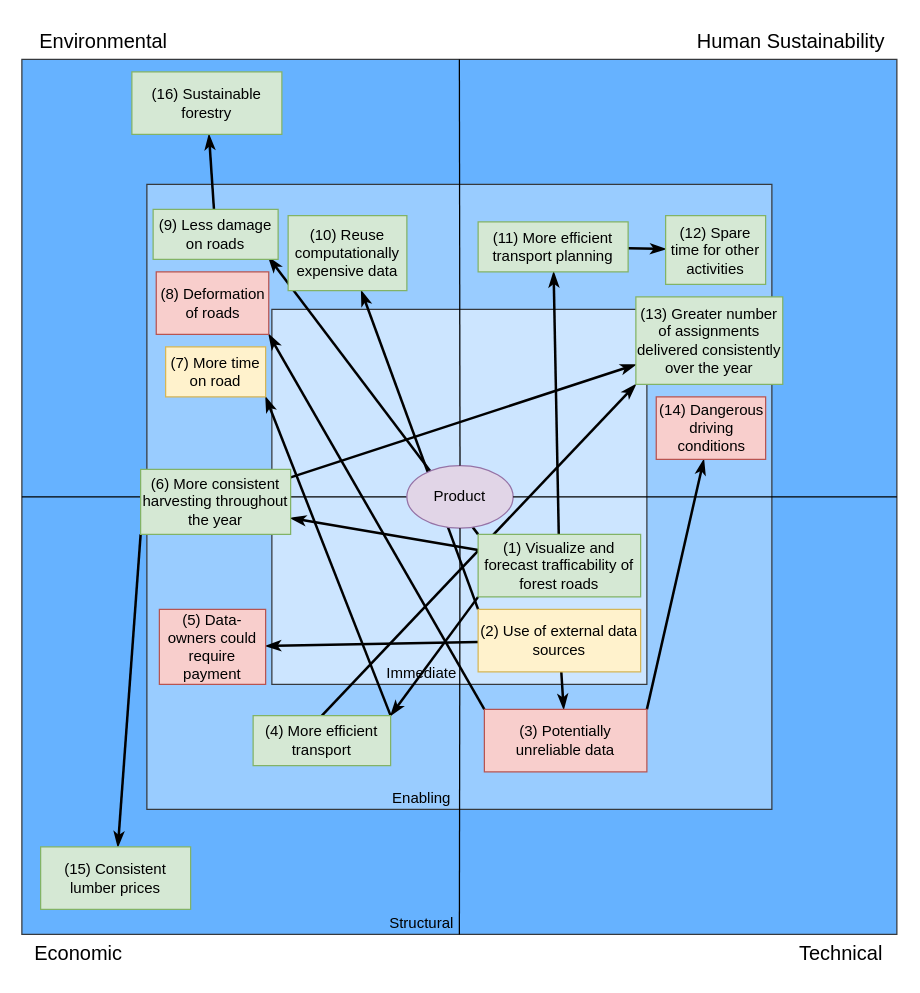
This is susaf.drawio from skogkursbachelor/diagrams, a draw.io file, before an edit. Source tidied: cells renumbered, new cells numbered last; positions are measured from the earlier drawing's top-left corner, leaving out a move shared by most shapes. Both pictures are drawn from the tidied source at 125%, with x=0, y=0 at pixel (21, 21).
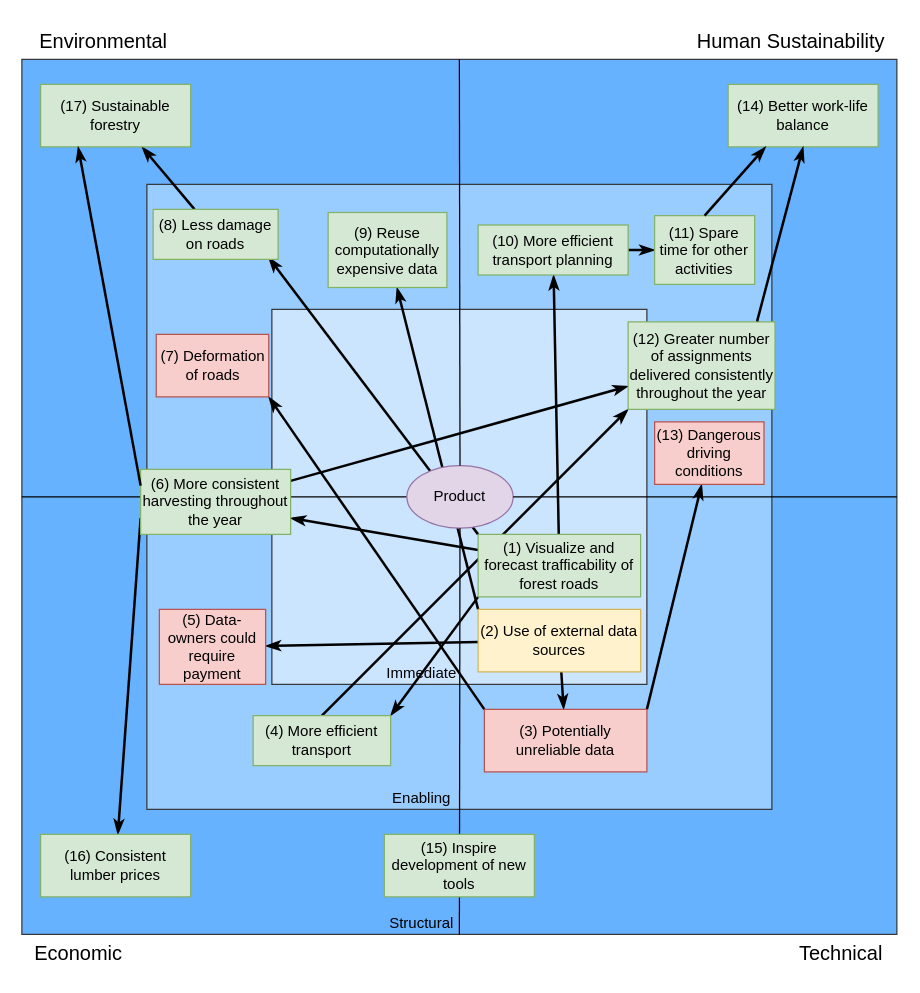
After the change.

The change refers to these unchanged cells:
```xml
<mxCell id="27" value="(4) More efficient transport" style="rounded=0;whiteSpace=wrap;html=1;fillColor=#d5e8d4;strokeColor=#82b366;" parent="1" vertex="1">
  <mxGeometry x="185" y="555" width="110" height="40" as="geometry" />
</mxCell>
<mxCell id="33" value="(6) More consistent harvesting throughout the year" style="rounded=0;whiteSpace=wrap;html=1;fillColor=#d5e8d4;strokeColor=#82b366;" parent="1" vertex="1">
  <mxGeometry x="95" y="358" width="120" height="52" as="geometry" />
</mxCell>
```

Change to the diagram source:
```diff
@@
-    <mxCell id="10" style="rounded=0;jettySize=auto;html=1;elbow=vertical;curved=0;exitX=1;exitY=0;exitDx=0;exitDy=0;entryX=1;entryY=1;entryDx=0;entryDy=0;strokeWidth=2;jumpStyle=none;endArrow=classicThin;endFill=1;" parent="1" edge="1" source="27" target="28">
-      <mxGeometry relative="1" as="geometry" />
-    </mxCell>
@@
-    <mxCell id="13" style="rounded=0;jettySize=auto;html=1;elbow=vertical;curved=0;exitX=0;exitY=1;exitDx=0;exitDy=0;strokeWidth=2;jumpStyle=none;endArrow=classicThin;endFill=1;" parent="1" edge="1" source="33" target="32">
+    <mxCell id="13" style="rounded=0;jettySize=auto;html=1;elbow=vertical;curved=0;exitX=0;exitY=0.75;exitDx=0;exitDy=0;strokeWidth=2;jumpStyle=none;endArrow=classicThin;endFill=1;" parent="1" edge="1" source="33" target="32">
       <mxGeometry relative="1" as="geometry" />
     </mxCell>
@@
-    <mxCell id="28" value="(7) More time on road" style="rounded=0;whiteSpace=wrap;html=1;fillColor=#fff2cc;strokeColor=#d6b656;" parent="1" vertex="1">
-      <mxGeometry x="115" y="260" width="80" height="40" as="geometry" />
-    </mxCell>
-    <mxCell id="29" value="(9) Less damage on roads" style="rounded=0;whiteSpace=wrap;html=1;fillColor=#d5e8d4;strokeColor=#82b366;" parent="1" vertex="1">
+    <mxCell id="29" value="(8) Less damage on roads" style="rounded=0;whiteSpace=wrap;html=1;fillColor=#d5e8d4;strokeColor=#82b366;" parent="1" vertex="1">
       <mxGeometry x="105" y="150" width="100" height="40" as="geometry" />
     </mxCell>
-    <mxCell id="30" value="(16) Sustainable forestry" style="rounded=0;whiteSpace=wrap;html=1;fillColor=#d5e8d4;strokeColor=#82b366;" parent="1" vertex="1">
-      <mxGeometry x="88" y="40" width="120" height="50" as="geometry" />
+    <mxCell id="30" value="(17) Sustainable forestry" style="rounded=0;whiteSpace=wrap;html=1;fillColor=#d5e8d4;strokeColor=#82b366;" parent="1" vertex="1">
+      <mxGeometry x="15" y="50" width="120" height="50" as="geometry" />
     </mxCell>
-    <mxCell id="31" value="(8) Deformation of roads" style="rounded=0;whiteSpace=wrap;html=1;fillColor=#f8cecc;strokeColor=#b85450;" parent="1" vertex="1">
-      <mxGeometry x="107.5" y="200" width="90" height="50" as="geometry" />
+    <mxCell id="31" value="(7) Deformation of roads" style="rounded=0;whiteSpace=wrap;html=1;fillColor=#f8cecc;strokeColor=#b85450;" parent="1" vertex="1">
+      <mxGeometry x="107.5" y="250" width="90" height="50" as="geometry" />
     </mxCell>
-    <mxCell id="32" value="(15) Consistent lumber prices" style="rounded=0;whiteSpace=wrap;html=1;fillColor=#d5e8d4;strokeColor=#82b366;" parent="1" vertex="1">
-      <mxGeometry x="15" y="660" width="120" height="50" as="geometry" />
+    <mxCell id="32" value="(16) Consistent lumber prices" style="rounded=0;whiteSpace=wrap;html=1;fillColor=#d5e8d4;strokeColor=#82b366;" parent="1" vertex="1">
+      <mxGeometry x="15" y="650" width="120" height="50" as="geometry" />
     </mxCell>
@@
-    <mxCell id="34" value="(11) More efficient transport planning" style="rounded=0;whiteSpace=wrap;html=1;fillColor=#d5e8d4;strokeColor=#82b366;" parent="1" vertex="1">
-      <mxGeometry x="365" y="160" width="120" height="40" as="geometry" />
+    <mxCell id="34" value="(10) More efficient transport planning" style="rounded=0;whiteSpace=wrap;html=1;fillColor=#d5e8d4;strokeColor=#82b366;" parent="1" vertex="1">
+      <mxGeometry x="365" y="162.5" width="120" height="40" as="geometry" />
     </mxCell>
-    <mxCell id="35" value="(12) Spare time for other activities" style="rounded=0;whiteSpace=wrap;html=1;fillColor=#d5e8d4;strokeColor=#82b366;" parent="1" vertex="1">
-      <mxGeometry x="515" y="155" width="80" height="55" as="geometry" />
+    <mxCell id="35" value="(11) Spare time for other activities" style="rounded=0;whiteSpace=wrap;html=1;fillColor=#d5e8d4;strokeColor=#82b366;" parent="1" vertex="1">
+      <mxGeometry x="506.2" y="155" width="80" height="55" as="geometry" />
     </mxCell>
@@
-    <mxCell id="37" value="(10) Reuse computationally expensive data" style="rounded=0;whiteSpace=wrap;html=1;fillColor=#d5e8d4;strokeColor=#82b366;" parent="1" vertex="1">
-      <mxGeometry x="213" y="155" width="95" height="60" as="geometry" />
+    <mxCell id="37" value="(9) Reuse computationally expensive data" style="rounded=0;whiteSpace=wrap;html=1;fillColor=#d5e8d4;strokeColor=#82b366;" parent="1" vertex="1">
+      <mxGeometry x="245" y="152.5" width="95" height="60" as="geometry" />
     </mxCell>
@@
-    <mxCell id="39" value="(14) Dangerous driving conditions" style="rounded=0;whiteSpace=wrap;html=1;fillColor=#f8cecc;strokeColor=#b85450;" parent="1" vertex="1">
-      <mxGeometry x="507.5" y="300" width="87.5" height="50" as="geometry" />
+    <mxCell id="39" value="(13) Dangerous driving conditions" style="rounded=0;whiteSpace=wrap;html=1;fillColor=#f8cecc;strokeColor=#b85450;" parent="1" vertex="1">
+      <mxGeometry x="506.2" y="320" width="87.5" height="50" as="geometry" />
     </mxCell>
@@
-    <mxCell id="41" value="(13) Greater number of assignments delivered consistently over the year" style="rounded=0;whiteSpace=wrap;html=1;fillColor=#d5e8d4;strokeColor=#82b366;" parent="1" vertex="1">
-      <mxGeometry x="491.2" y="220" width="117.5" height="70" as="geometry" />
+    <mxCell id="41" value="(12) Greater number of assignments delivered consistently throughout the year" style="rounded=0;whiteSpace=wrap;html=1;fillColor=#d5e8d4;strokeColor=#82b366;" parent="1" vertex="1">
+      <mxGeometry x="485" y="240" width="117.5" height="70" as="geometry" />
     </mxCell>
@@
+    <mxCell id="45" style="rounded=0;jettySize=auto;html=1;elbow=vertical;curved=0;exitX=0;exitY=0.25;exitDx=0;exitDy=0;strokeWidth=2;jumpStyle=none;endArrow=classicThin;endFill=1;entryX=0.25;entryY=1;entryDx=0;entryDy=0;" parent="1" edge="1" source="33" target="30">
+      <mxGeometry relative="1" as="geometry" />
+    </mxCell>
+    <mxCell id="46" value="(15) Inspire development of new tools" style="rounded=0;whiteSpace=wrap;html=1;fillColor=#d5e8d4;strokeColor=#82b366;" parent="1" vertex="1">
+      <mxGeometry x="290" y="650" width="120" height="50" as="geometry" />
+    </mxCell>
+    <mxCell id="47" value="(14) Better work-life balance" style="rounded=0;whiteSpace=wrap;html=1;fillColor=#d5e8d4;strokeColor=#82b366;" parent="1" vertex="1">
+      <mxGeometry x="565" y="50" width="120" height="50" as="geometry" />
+    </mxCell>
+    <mxCell id="48" style="rounded=0;jettySize=auto;html=1;elbow=vertical;curved=0;strokeWidth=2;jumpStyle=none;endArrow=classicThin;endFill=1;entryX=0.25;entryY=1;entryDx=0;entryDy=0;exitX=0.5;exitY=0;exitDx=0;exitDy=0;" parent="1" edge="1" source="35" target="47">
+      <mxGeometry relative="1" as="geometry" />
+    </mxCell>
+    <mxCell id="49" style="rounded=0;jettySize=auto;html=1;elbow=vertical;curved=0;strokeWidth=2;jumpStyle=none;endArrow=classicThin;endFill=1;entryX=0.5;entryY=1;entryDx=0;entryDy=0;exitX=0.878;exitY=-0.006;exitDx=0;exitDy=0;exitPerimeter=0;" parent="1" edge="1" source="41" target="47">
+      <mxGeometry relative="1" as="geometry" />
+    </mxCell>
```
